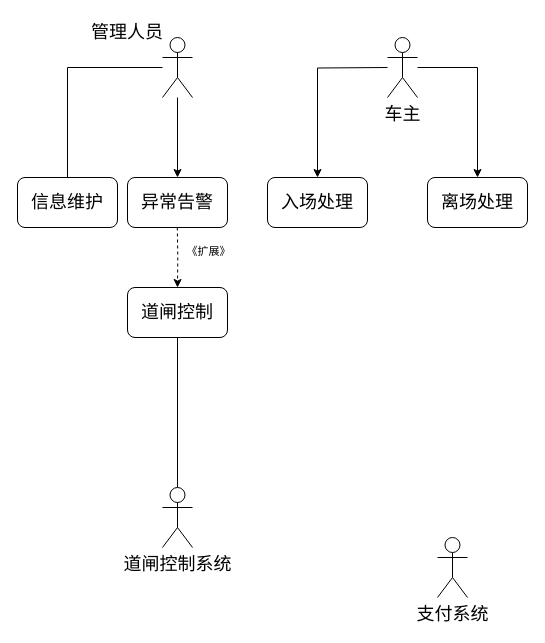
Above: 5,6章 43题.drawio in Jackrainman/draw.io (draw.io), before the change. Source tidied: cells renumbered, new cells numbered last; positions are measured from the earlier drawing's top-left corner, leaving out a move shared by most shapes. Both pictures are drawn from the tidied source at 100%, with x=0, y=0 at pixel (17, 17).
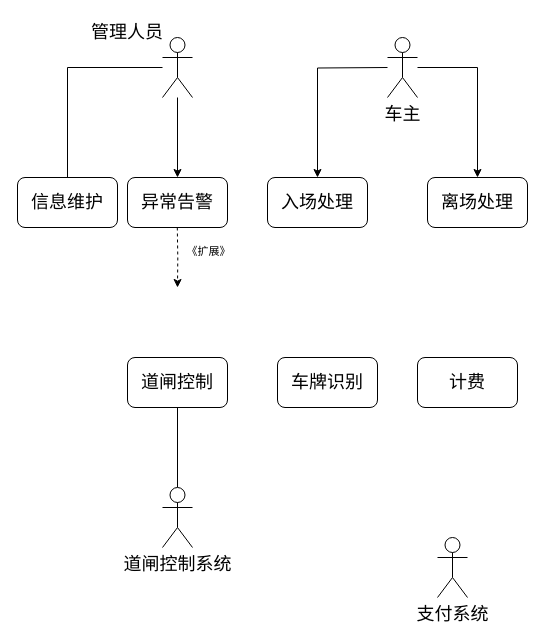
The same diagram, later.

Change to the diagram source:
```diff
@@
     <mxCell id="13" value="道闸控制" style="rounded=1;whiteSpace=wrap;html=1;fontSize=18;" parent="1" vertex="1">
-      <mxGeometry x="110" y="270" width="100" height="50" as="geometry" />
+      <mxGeometry x="110" y="340" width="100" height="50" as="geometry" />
     </mxCell>
-    <mxCell id="14" style="edgeStyle=orthogonalEdgeStyle;rounded=0;orthogonalLoop=1;jettySize=auto;html=1;dashed=1;" parent="1" edge="1">
+    <mxCell id="14" style="edgeStyle=orthogonalEdgeStyle;rounded=0;orthogonalLoop=1;jettySize=auto;html=1;dashed=1;entryX=0.5;entryY=0;entryDx=0;entryDy=0;" parent="1" edge="1">
       <mxGeometry relative="1" as="geometry">
         <mxPoint x="159.8" y="210" as="sourcePoint" />
         <mxPoint x="160" y="270" as="targetPoint" />
       </mxGeometry>
     </mxCell>
@@
+    <mxCell id="19" value="车牌识别" style="rounded=1;whiteSpace=wrap;html=1;fontSize=18;" parent="1" vertex="1">
+      <mxGeometry x="260" y="340" width="100" height="50" as="geometry" />
+    </mxCell>
+    <mxCell id="20" value="计费" style="rounded=1;whiteSpace=wrap;html=1;fontSize=18;" parent="1" vertex="1">
+      <mxGeometry x="400" y="340" width="100" height="50" as="geometry" />
+    </mxCell>
```
